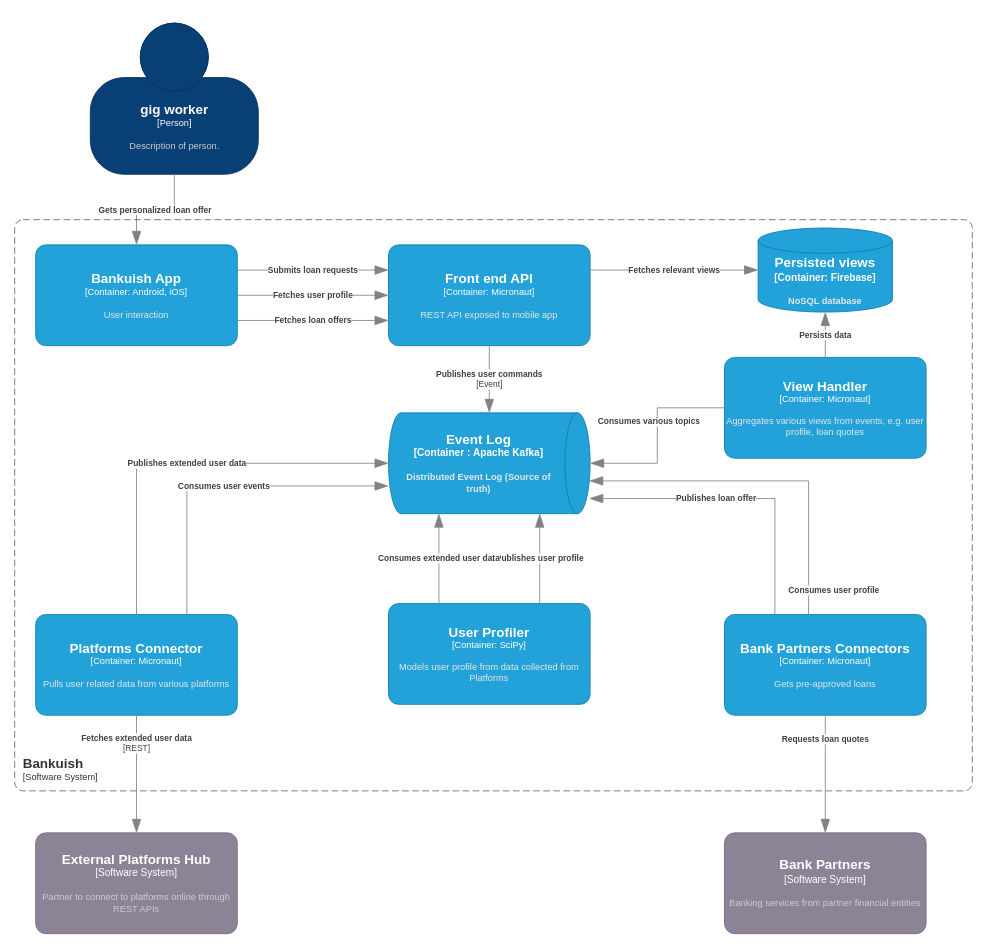
This is page "Container" (3 of 7) of Bankuish C4.drawio from tomasmaroscikas/78ce3649b82c17ac6cf292412ebbdc11, a draw.io file, before an edit. Source tidied: cells renumbered, new cells numbered last; positions are measured from the earlier drawing's top-left corner, leaving out a move shared by most shapes. Both pictures are drawn from the tidied source at 84%, with x=0, y=0 at pixel (14, 23).
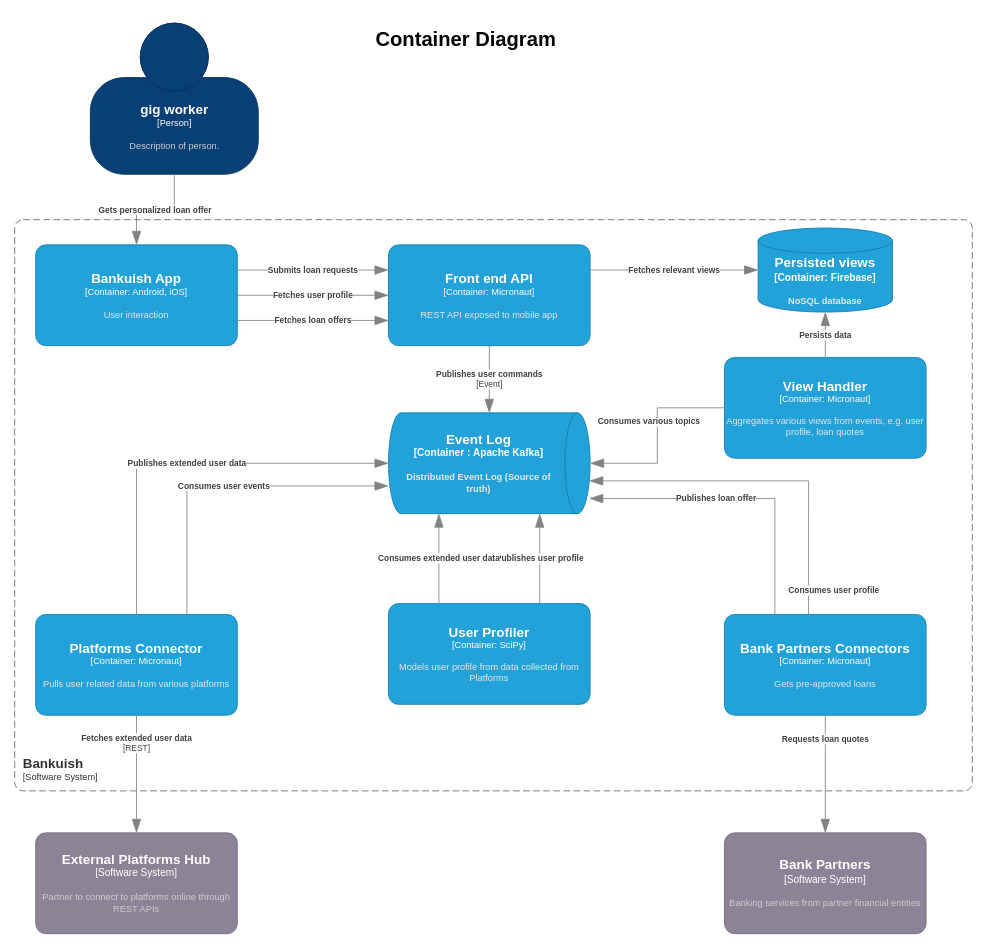
The same page after the edit.

Diff of the diagram source:
```diff
@@
+    <mxCell id="30" value="&lt;h1&gt;Container Diagram&lt;/h1&gt;" style="text;html=1;strokeColor=none;fillColor=none;spacing=5;spacingTop=-20;whiteSpace=wrap;overflow=hidden;rounded=0;" parent="1" vertex="1">
+      <mxGeometry x="425" width="280" height="50" as="geometry" />
+    </mxCell>
```
